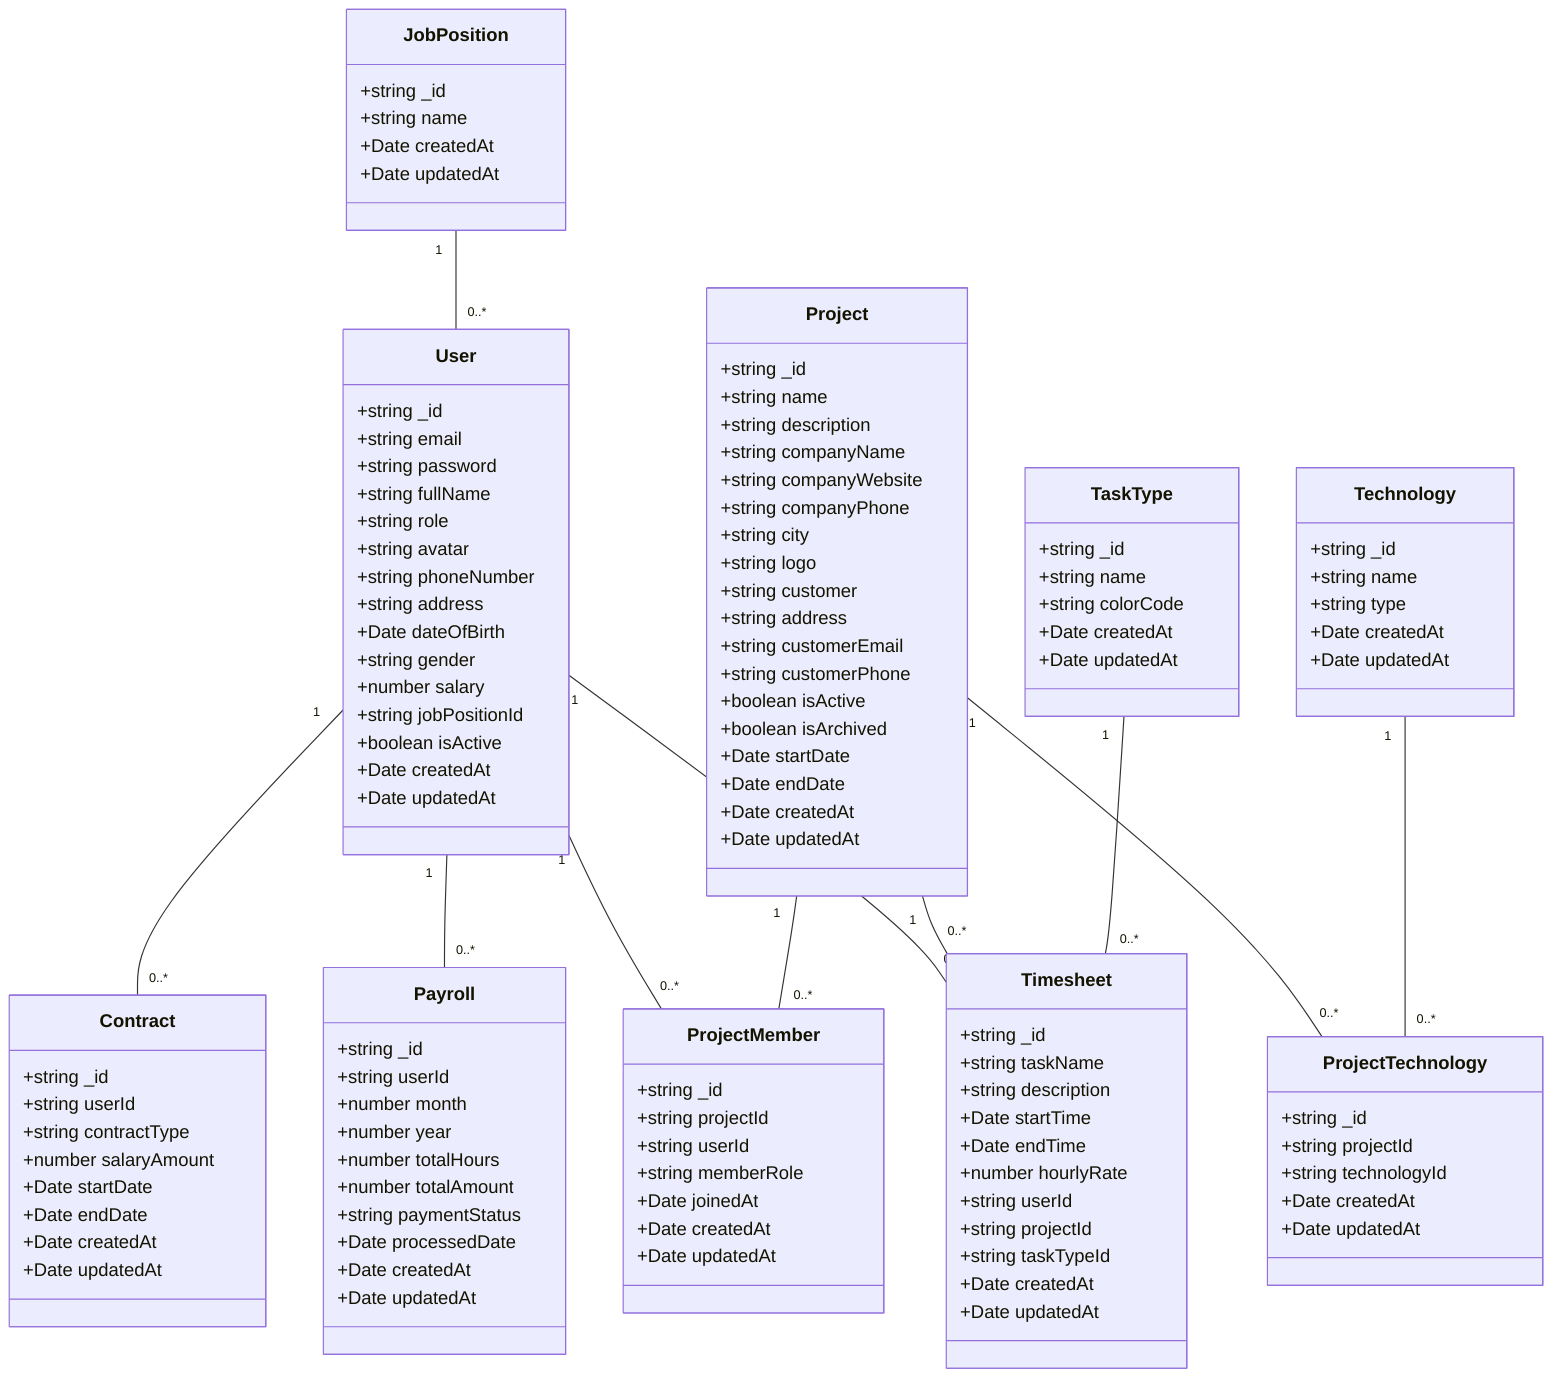
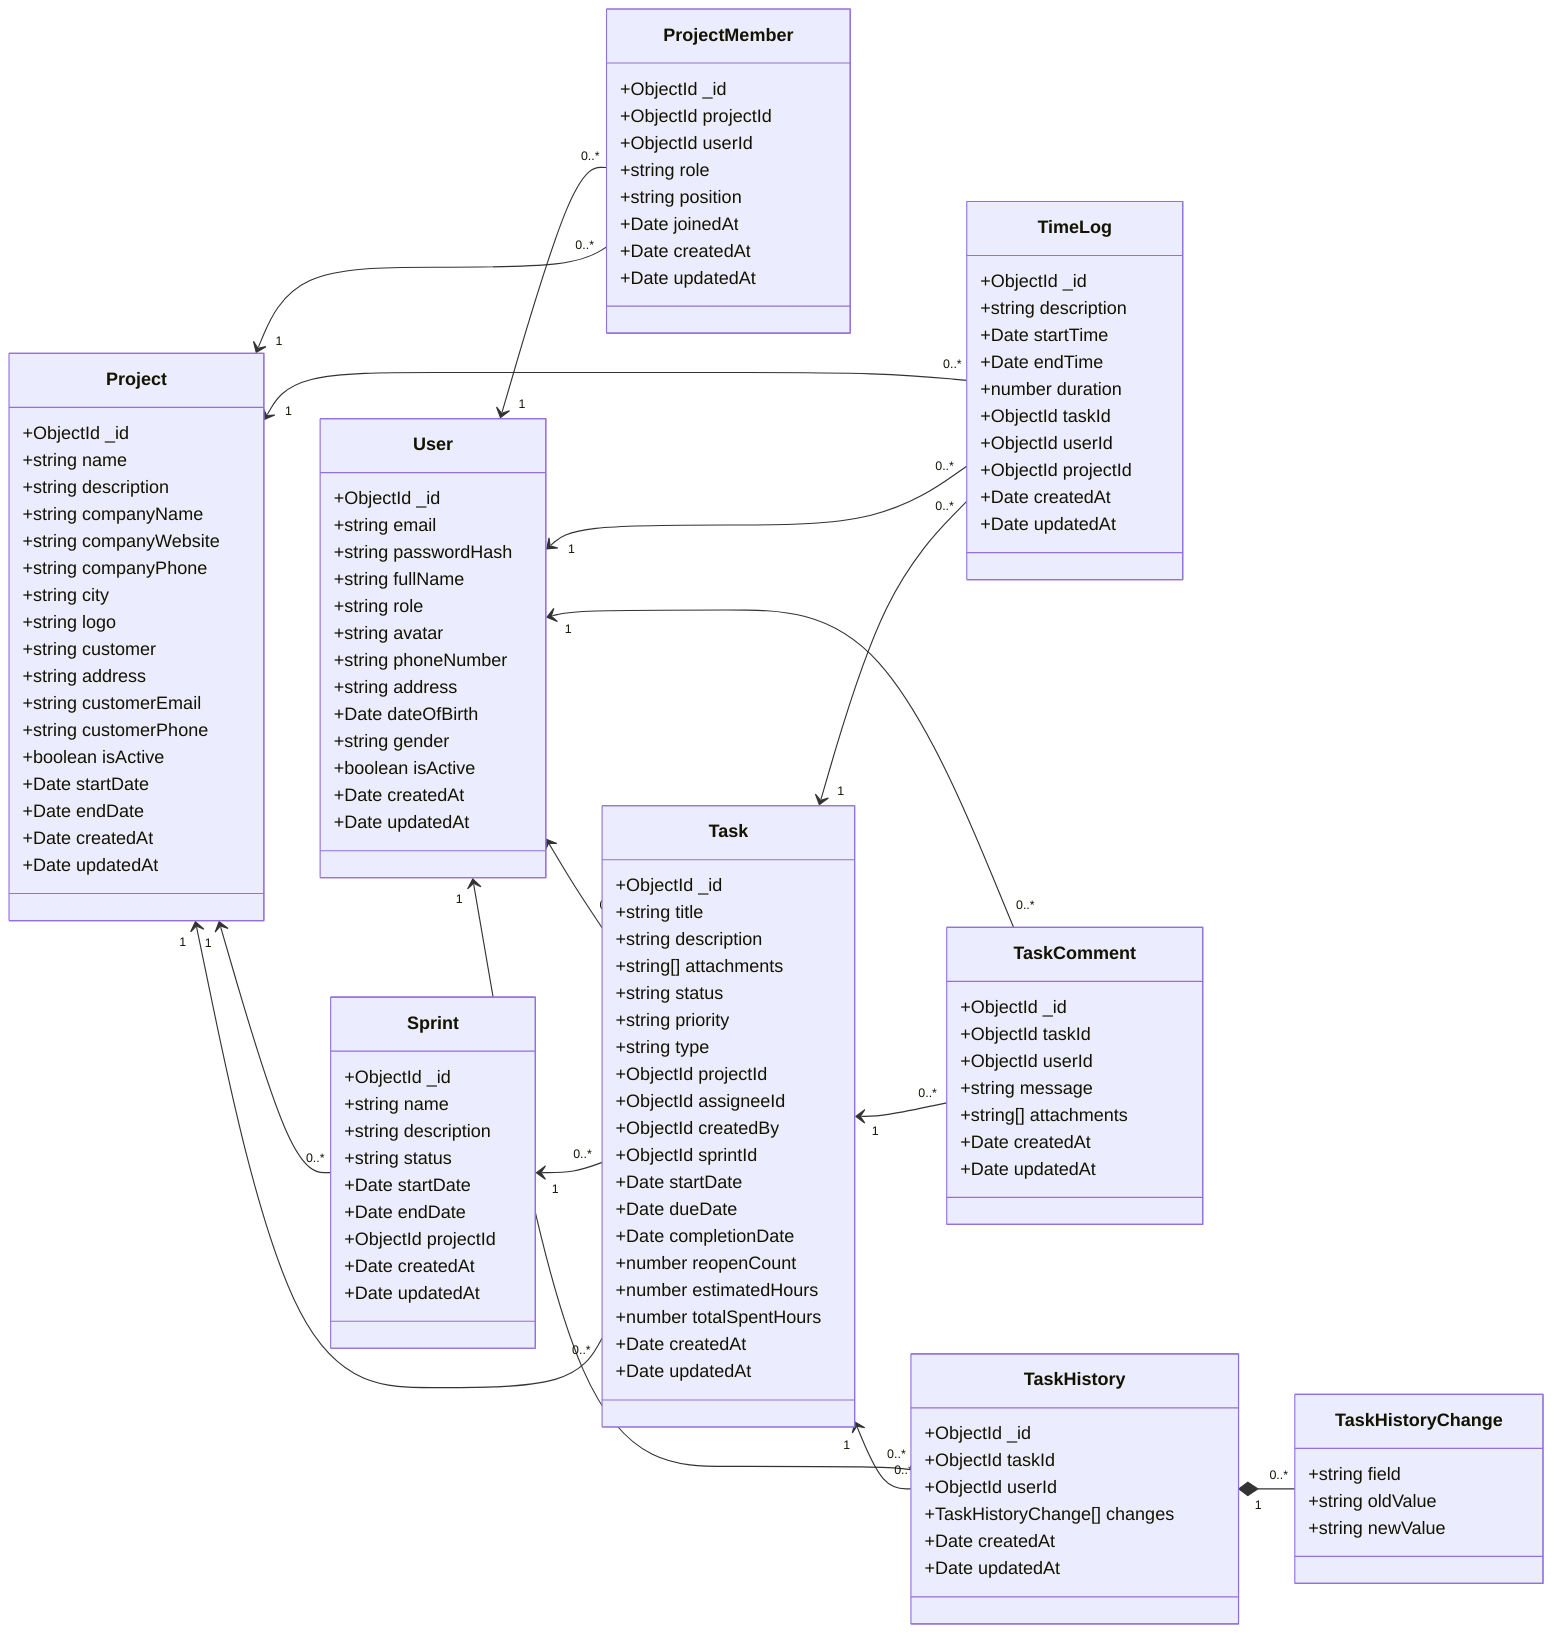
classDiagram
+     direction LR
+ 
    class User {
-         +string _id
+         +ObjectId _id
        +string email
-         +string password
+         +string passwordHash
        +string fullName
        +string role
        +string avatar
        +string phoneNumber
        +string address
        +Date dateOfBirth
        +string gender
-         +number salary
-         +string jobPositionId
        +boolean isActive
        +Date createdAt
        +Date updatedAt
    }

-     class Timesheet {
-         +string _id
-         +string taskName
+     class TimeLog {
+         +ObjectId _id
        +string description
        +Date startTime
        +Date endTime
-         +number hourlyRate
-         +string userId
-         +string projectId
-         +string taskTypeId
+         +number duration
+         +ObjectId taskId
+         +ObjectId userId
+         +ObjectId projectId
        +Date createdAt
        +Date updatedAt
    }

    class Project {
-         +string _id
+         +ObjectId _id
        +string name
        +string description
        +string companyName
        +string companyWebsite
        +string companyPhone
        +string city
        +string logo
        +string customer
        +string address
        +string customerEmail
        +string customerPhone
        +boolean isActive
-         +boolean isArchived
        +Date startDate
        +Date endDate
        +Date createdAt
        +Date updatedAt
    }

    class ProjectMember {
-         +string _id
-         +string projectId
-         +string userId
-         +string memberRole
+         +ObjectId _id
+         +ObjectId projectId
+         +ObjectId userId
+         +string role
+         +string position
        +Date joinedAt
        +Date createdAt
        +Date updatedAt
    }

-     class TaskType {
-         +string _id
+     class Sprint {
+         +ObjectId _id
        +string name
-         +string colorCode
+         +string description
+         +string status
+         +Date startDate
+         +Date endDate
+         +ObjectId projectId
        +Date createdAt
        +Date updatedAt
    }

-     class Technology {
-         +string _id
-         +string name
+     class Task {
+         +ObjectId _id
+         +string title
+         +string description
+         +string[] attachments
+         +string status
+         +string priority
        +string type
+         +ObjectId projectId
+         +ObjectId assigneeId
+         +ObjectId createdBy
+         +ObjectId sprintId
+         +Date startDate
+         +Date dueDate
+         +Date completionDate
+         +number reopenCount
+         +number estimatedHours
+         +number totalSpentHours
        +Date createdAt
        +Date updatedAt
    }

-     class ProjectTechnology {
-         +string _id
-         +string projectId
-         +string technologyId
+     class TaskComment {
+         +ObjectId _id
+         +ObjectId taskId
+         +ObjectId userId
+         +string message
+         +string[] attachments
        +Date createdAt
        +Date updatedAt
    }

-     class JobPosition {
-         +string _id
-         +string name
+     class TaskHistory {
+         +ObjectId _id
+         +ObjectId taskId
+         +ObjectId userId
+         +TaskHistoryChange[] changes
        +Date createdAt
        +Date updatedAt
    }

-     class Payroll {
-         +string _id
-         +string userId
-         +number month
-         +number year
-         +number totalHours
-         +number totalAmount
-         +string paymentStatus
-         +Date processedDate
-         +Date createdAt
-         +Date updatedAt
-     }
- 
-     class Contract {
-         +string _id
-         +string userId
-         +string contractType
-         +number salaryAmount
-         +Date startDate
-         +Date endDate
-         +Date createdAt
-         +Date updatedAt
+     class TaskHistoryChange {
+         +string field
+         +string oldValue
+         +string newValue
    }

    %% Relationships
-     User "1" -- "0..*" Timesheet
-     User "1" -- "0..*" ProjectMember
-     User "1" -- "0..*" Payroll
-     User "1" -- "0..*" Contract
-     JobPosition "1" -- "0..*" User
-     Project "1" -- "0..*" Timesheet
-     Project "1" -- "0..*" ProjectMember
-     Project "1" -- "0..*" ProjectTechnology
-     Technology "1" -- "0..*" ProjectTechnology
-     TaskType "1" -- "0..*" Timesheet+     Project "1" <-- "0..*" ProjectMember
+     User "1" <-- "0..*" ProjectMember
+ 
+     Project "1" <-- "0..*" Sprint
+ 
+     Project "1" <-- "0..*" Task
+     Sprint "1" <-- "0..*" Task
+     User "1" <-- "0..*" Task
+ 
+     Task "1" <-- "0..*" TimeLog
+     User "1" <-- "0..*" TimeLog
+     Project "1" <-- "0..*" TimeLog
+ 
+     Task "1" <-- "0..*" TaskComment
+     User "1" <-- "0..*" TaskComment
+ 
+     Task "1" <-- "0..*" TaskHistory
+     User "1" <-- "0..*" TaskHistory
+ 
+     TaskHistory "1" *-- "0..*" TaskHistoryChange